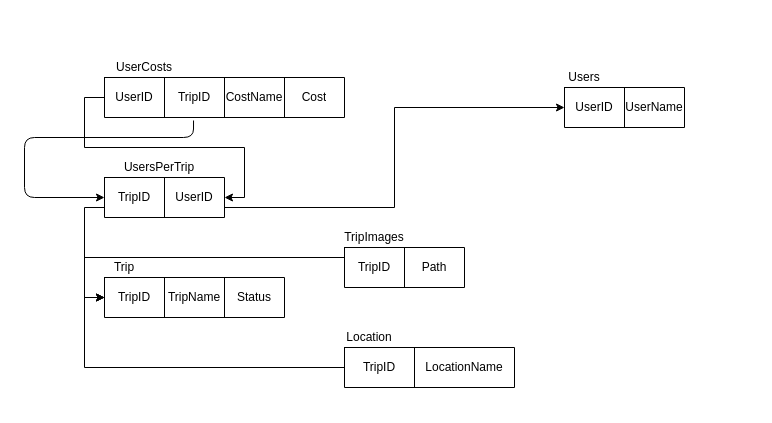
The draw.io diagram Project_2_We_Split/Database_Diagram.drawio in anhkhoatranle30/Windows-Programming, before the edit. Source tidied: cells renumbered, new cells numbered last; positions are measured from the earlier drawing's top-left corner, leaving out a move shared by most shapes. Both pictures are drawn from the tidied source at 100%, with x=0, y=0 at pixel (24, 57).
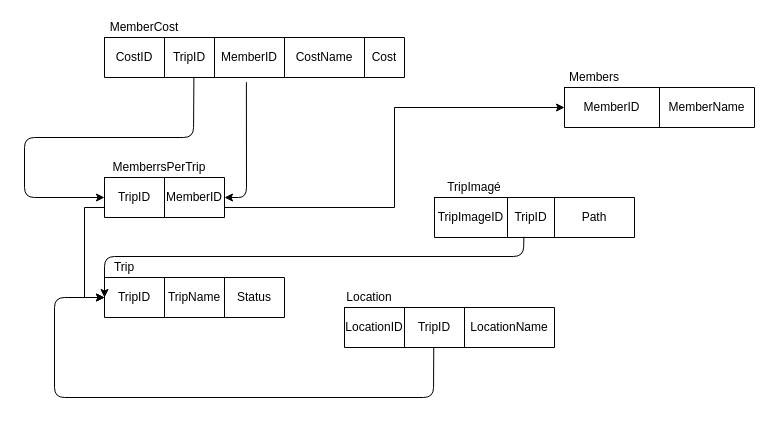
The same page after the edit.

The change refers to these unchanged cells:
```xml
<mxCell id="16" style="group;" parent="1" vertex="1">
  <mxGeometry x="80" y="100" width="120" height="60" as="geometry" />
</mxCell>
<mxCell id="18" style="shape=partialRectangle;html=1;whiteSpace=wrap;fillColor=none;top=0;left=0;bottom=0;right=0;points=[[0,0.5],[1,0.5]];portConstraint=eastwest;" parent="17" vertex="1">
  <mxGeometry width="120" height="40" as="geometry" />
</mxCell>
<mxCell id="24" style="shape=partialRectangle;html=1;whiteSpace=wrap;fillColor=none;top=0;left=0;bottom=0;right=0;points=[[0,0.5],[1,0.5]];portConstraint=eastwest;" parent="23" vertex="1">
  <mxGeometry width="180" height="40" as="geometry" />
</mxCell>
```

Diff of the diagram source:
```diff
@@
     <mxCell id="2" style="group;fontStyle=0;" parent="1" vertex="1">
-      <mxGeometry x="540" y="10" width="120" height="60" as="geometry" />
+      <mxGeometry x="540" y="10" width="190" height="60" as="geometry" />
     </mxCell>
     <mxCell id="3" style="shape=table;html=1;whiteSpace=wrap;startSize=0;childLayout=tableLayout;" parent="2" vertex="1">
-      <mxGeometry y="20" width="120" height="40" as="geometry" />
+      <mxGeometry y="20" width="190" height="40" as="geometry" />
     </mxCell>
     <mxCell id="4" style="shape=partialRectangle;html=1;whiteSpace=wrap;fillColor=none;top=0;left=0;bottom=0;right=0;points=[[0,0.5],[1,0.5]];portConstraint=eastwest;" parent="3" vertex="1">
-      <mxGeometry width="120" height="40" as="geometry" />
+      <mxGeometry width="190" height="40" as="geometry" />
     </mxCell>
-    <mxCell id="5" value="UserID" style="shape=partialRectangle;html=1;whiteSpace=wrap;overflow=hidden;fillColor=none;top=0;left=0;bottom=0;right=0;" parent="4" vertex="1">
-      <mxGeometry width="60" height="40" as="geometry" />
+    <mxCell id="5" value="MemberID" style="shape=partialRectangle;html=1;whiteSpace=wrap;overflow=hidden;fillColor=none;top=0;left=0;bottom=0;right=0;" parent="4" vertex="1">
+      <mxGeometry width="95" height="40" as="geometry" />
     </mxCell>
-    <mxCell id="6" value="UserName" style="shape=partialRectangle;html=1;whiteSpace=wrap;overflow=hidden;fillColor=none;top=0;left=0;bottom=0;right=0;" parent="4" vertex="1">
-      <mxGeometry x="60" width="60" height="40" as="geometry" />
+    <mxCell id="6" value="MemberName" style="shape=partialRectangle;html=1;whiteSpace=wrap;overflow=hidden;fillColor=none;top=0;left=0;bottom=0;right=0;" parent="4" vertex="1">
+      <mxGeometry x="95" width="95" height="40" as="geometry" />
     </mxCell>
-    <mxCell id="7" value="Users" style="text;html=1;strokeColor=none;fillColor=none;align=center;verticalAlign=middle;whiteSpace=wrap;rounded=0;" parent="2" vertex="1">
-      <mxGeometry width="40" height="20" as="geometry" />
+    <mxCell id="7" value="Members" style="text;html=1;strokeColor=none;fillColor=none;align=center;verticalAlign=middle;whiteSpace=wrap;rounded=0;" parent="2" vertex="1">
+      <mxGeometry width="60" height="20" as="geometry" />
     </mxCell>
     <mxCell id="8" style="group;" parent="1" vertex="1">
-      <mxGeometry x="80" width="240" height="60" as="geometry" />
+      <mxGeometry x="80" y="-40" width="300" height="60" as="geometry" />
     </mxCell>
-    <mxCell id="9" style="shape=table;html=1;whiteSpace=wrap;startSize=0;childLayout=tableLayout;" parent="8" vertex="1">
-      <mxGeometry y="20" width="240" height="40" as="geometry" />
-    </mxCell>
-    <mxCell id="10" style="shape=partialRectangle;html=1;whiteSpace=wrap;fillColor=none;top=0;left=0;bottom=0;right=0;points=[[0,0.5],[1,0.5]];portConstraint=eastwest;" parent="9" vertex="1">
-      <mxGeometry width="240" height="40" as="geometry" />
-    </mxCell>
-    <mxCell id="11" value="UserID" style="shape=partialRectangle;html=1;whiteSpace=wrap;overflow=hidden;fillColor=none;top=0;left=0;bottom=0;right=0;" parent="10" vertex="1">
-      <mxGeometry width="60" height="40" as="geometry" />
-    </mxCell>
-    <mxCell id="12" value="TripID" style="shape=partialRectangle;html=1;whiteSpace=wrap;overflow=hidden;fillColor=none;top=0;left=0;bottom=0;right=0;" parent="10" vertex="1">
-      <mxGeometry x="60" width="60" height="40" as="geometry" />
-    </mxCell>
+    <mxCell id="15" value="MemberCost" style="text;html=1;strokeColor=none;fillColor=none;align=center;verticalAlign=middle;whiteSpace=wrap;rounded=0;" parent="8" vertex="1">
+      <mxGeometry width="80" height="20" as="geometry" />
+    </mxCell>
+    <mxCell id="47" style="shape=table;html=1;whiteSpace=wrap;startSize=0;childLayout=tableLayout;" parent="8" vertex="1">
+      <mxGeometry y="20" width="300" height="40" as="geometry" />
+    </mxCell>
+    <mxCell id="48" style="shape=partialRectangle;html=1;whiteSpace=wrap;fillColor=none;top=0;left=0;bottom=0;right=0;points=[[0,0.5],[1,0.5]];portConstraint=eastwest;" parent="47" vertex="1">
+      <mxGeometry width="300" height="40" as="geometry" />
+    </mxCell>
+    <mxCell id="49" value="CostID" style="shape=partialRectangle;html=1;whiteSpace=wrap;overflow=hidden;fillColor=none;top=0;left=0;bottom=0;right=0;" parent="48" vertex="1">
+      <mxGeometry width="60" height="40" as="geometry" />
+    </mxCell>
+    <mxCell id="50" value="TripID" style="shape=partialRectangle;html=1;whiteSpace=wrap;overflow=hidden;fillColor=none;top=0;left=0;bottom=0;right=0;" parent="48" vertex="1">
+      <mxGeometry x="60" width="50" height="40" as="geometry" />
+    </mxCell>
+    <mxCell id="51" value="MemberID" style="shape=partialRectangle;html=1;whiteSpace=wrap;overflow=hidden;fillColor=none;top=0;left=0;bottom=0;right=0;" parent="48" vertex="1">
+      <mxGeometry x="110" width="70" height="40" as="geometry" />
+    </mxCell>
-    <mxCell id="13" value="CostName" style="shape=partialRectangle;html=1;whiteSpace=wrap;overflow=hidden;fillColor=none;top=0;left=0;bottom=0;right=0;" parent="10" vertex="1">
-      <mxGeometry x="120" width="60" height="40" as="geometry" />
+    <mxCell id="13" value="&lt;span&gt;CostName&lt;/span&gt;" style="shape=partialRectangle;html=1;whiteSpace=wrap;overflow=hidden;fillColor=none;top=0;left=0;bottom=0;right=0;" parent="48" vertex="1">
+      <mxGeometry x="180" width="80" height="40" as="geometry" />
     </mxCell>
-    <mxCell id="14" value="Cost" style="shape=partialRectangle;html=1;whiteSpace=wrap;overflow=hidden;fillColor=none;top=0;left=0;bottom=0;right=0;" parent="10" vertex="1">
-      <mxGeometry x="180" width="60" height="40" as="geometry" />
+    <mxCell id="14" value="&lt;span&gt;Cost&lt;/span&gt;" style="shape=partialRectangle;html=1;whiteSpace=wrap;overflow=hidden;fillColor=none;top=0;left=0;bottom=0;right=0;" parent="48" vertex="1">
+      <mxGeometry x="260" width="40" height="40" as="geometry" />
     </mxCell>
-    <mxCell id="15" value="UserCosts" style="text;html=1;strokeColor=none;fillColor=none;align=center;verticalAlign=middle;whiteSpace=wrap;rounded=0;" parent="8" vertex="1">
-      <mxGeometry width="80" height="20" as="geometry" />
-    </mxCell>
@@
-    <mxCell id="20" value="UserID" style="shape=partialRectangle;html=1;whiteSpace=wrap;overflow=hidden;fillColor=none;top=0;left=0;bottom=0;right=0;" parent="18" vertex="1">
+    <mxCell id="20" value="MemberID" style="shape=partialRectangle;html=1;whiteSpace=wrap;overflow=hidden;fillColor=none;top=0;left=0;bottom=0;right=0;" parent="18" vertex="1">
       <mxGeometry x="60" width="60" height="40" as="geometry" />
     </mxCell>
-    <mxCell id="21" value="UsersPerTrip" style="text;html=1;strokeColor=none;fillColor=none;align=center;verticalAlign=middle;whiteSpace=wrap;rounded=0;" parent="16" vertex="1">
+    <mxCell id="21" value="MemberrsPerTrip" style="text;html=1;strokeColor=none;fillColor=none;align=center;verticalAlign=middle;whiteSpace=wrap;rounded=0;" parent="16" vertex="1">
       <mxGeometry width="110" height="20" as="geometry" />
     </mxCell>
@@
-    <mxCell id="29" style="group;" parent="1" vertex="1">
-      <mxGeometry x="320" y="170" width="120" height="60" as="geometry" />
-    </mxCell>
-    <mxCell id="30" style="shape=table;html=1;whiteSpace=wrap;startSize=0;childLayout=tableLayout;" parent="29" vertex="1">
-      <mxGeometry y="20" width="120" height="40" as="geometry" />
-    </mxCell>
-    <mxCell id="31" style="shape=partialRectangle;html=1;whiteSpace=wrap;fillColor=none;top=0;left=0;bottom=0;right=0;points=[[0,0.5],[1,0.5]];portConstraint=eastwest;" parent="30" vertex="1">
-      <mxGeometry width="120" height="40" as="geometry" />
-    </mxCell>
-    <mxCell id="32" value="TripID" style="shape=partialRectangle;html=1;whiteSpace=wrap;overflow=hidden;fillColor=none;top=0;left=0;bottom=0;right=0;" parent="31" vertex="1">
-      <mxGeometry width="60" height="40" as="geometry" />
-    </mxCell>
-    <mxCell id="33" value="Path" style="shape=partialRectangle;html=1;whiteSpace=wrap;overflow=hidden;fillColor=none;top=0;left=0;bottom=0;right=0;" parent="31" vertex="1">
-      <mxGeometry x="60" width="60" height="40" as="geometry" />
-    </mxCell>
-    <mxCell id="34" value="TripImages" style="text;html=1;strokeColor=none;fillColor=none;align=center;verticalAlign=middle;whiteSpace=wrap;rounded=0;" parent="29" vertex="1">
-      <mxGeometry width="60" height="20" as="geometry" />
-    </mxCell>
-    <mxCell id="35" style="group;" parent="1" vertex="1">
-      <mxGeometry x="320" y="270" width="170" height="60" as="geometry" />
-    </mxCell>
-    <mxCell id="36" style="shape=table;html=1;whiteSpace=wrap;startSize=0;childLayout=tableLayout;" parent="35" vertex="1">
-      <mxGeometry y="20" width="170" height="40" as="geometry" />
-    </mxCell>
-    <mxCell id="37" style="shape=partialRectangle;html=1;whiteSpace=wrap;fillColor=none;top=0;left=0;bottom=0;right=0;points=[[0,0.5],[1,0.5]];portConstraint=eastwest;" parent="36" vertex="1">
-      <mxGeometry width="170" height="40" as="geometry" />
-    </mxCell>
-    <mxCell id="38" value="TripID" style="shape=partialRectangle;html=1;whiteSpace=wrap;overflow=hidden;fillColor=none;top=0;left=0;bottom=0;right=0;" parent="37" vertex="1">
-      <mxGeometry width="70" height="40" as="geometry" />
-    </mxCell>
-    <mxCell id="39" value="LocationName" style="shape=partialRectangle;html=1;whiteSpace=wrap;overflow=hidden;fillColor=none;top=0;left=0;bottom=0;right=0;" parent="37" vertex="1">
-      <mxGeometry x="70" width="100" height="40" as="geometry" />
-    </mxCell>
-    <mxCell id="40" value="Location" style="text;html=1;strokeColor=none;fillColor=none;align=center;verticalAlign=middle;whiteSpace=wrap;rounded=0;" parent="35" vertex="1">
-      <mxGeometry width="50" height="20" as="geometry" />
-    </mxCell>
-    <mxCell id="41" style="edgeStyle=orthogonalEdgeStyle;rounded=0;jettySize=auto;html=1;exitX=0;exitY=0.5;exitDx=0;exitDy=0;entryX=1;entryY=0.5;entryDx=0;entryDy=0;" parent="1" edge="1" source="10" target="18">
-      <mxGeometry relative="1" as="geometry" />
-    </mxCell>
-    <mxCell id="42" style="endArrow=classic;html=1;exitX=0.371;exitY=1.075;exitDx=0;exitDy=0;exitPerimeter=0;entryX=0;entryY=0.5;entryDx=0;entryDy=0;" parent="1" edge="1" source="10" target="18">
+    <mxCell id="42" style="endArrow=classic;html=1;entryX=0;entryY=0.5;entryDx=0;entryDy=0;exitX=0.298;exitY=0.983;exitDx=0;exitDy=0;exitPerimeter=0;" parent="1" edge="1" source="48" target="18">
       <mxGeometry relative="1" as="geometry">
         <Array as="points">
           <mxPoint x="169" y="80" />
           <mxPoint y="80" />
           <mxPoint y="140" />
         </Array>
       </mxGeometry>
     </mxCell>
@@
-    <mxCell id="44" style="edgeStyle=orthogonalEdgeStyle;rounded=0;jettySize=auto;html=1;exitX=0;exitY=0.5;exitDx=0;exitDy=0;entryX=0;entryY=0.5;entryDx=0;entryDy=0;" parent="1" edge="1" source="31" target="24">
-      <mxGeometry relative="1" as="geometry">
-        <Array as="points">
-          <mxPoint x="320" y="200" />
-          <mxPoint x="60" y="200" />
-          <mxPoint x="60" y="240" />
-        </Array>
-      </mxGeometry>
-    </mxCell>
-    <mxCell id="45" style="edgeStyle=orthogonalEdgeStyle;rounded=0;jettySize=auto;html=1;exitX=0;exitY=0.5;exitDx=0;exitDy=0;entryX=0;entryY=0.5;entryDx=0;entryDy=0;" parent="1" edge="1" source="37" target="24">
-      <mxGeometry relative="1" as="geometry">
-        <Array as="points">
-          <mxPoint x="60" y="310" />
-          <mxPoint x="60" y="240" />
-        </Array>
-      </mxGeometry>
-    </mxCell>
@@
+    <mxCell id="52" style="endArrow=classic;html=1;exitX=0.473;exitY=1.117;exitDx=0;exitDy=0;exitPerimeter=0;entryX=1;entryY=0.5;entryDx=0;entryDy=0;" parent="1" edge="1" source="48" target="18">
+      <mxGeometry relative="1" as="geometry">
+        <Array as="points">
+          <mxPoint x="222" y="140" />
+        </Array>
+      </mxGeometry>
+    </mxCell>
+    <mxCell id="53" style="group;" parent="1" vertex="1">
+      <mxGeometry x="410" y="120" width="200" height="60" as="geometry" />
+    </mxCell>
+    <mxCell id="54" style="shape=table;html=1;whiteSpace=wrap;startSize=0;childLayout=tableLayout;" parent="53" vertex="1">
+      <mxGeometry y="20" width="200" height="40" as="geometry" />
+    </mxCell>
+    <mxCell id="55" style="shape=partialRectangle;html=1;whiteSpace=wrap;fillColor=none;top=0;left=0;bottom=0;right=0;points=[[0,0.5],[1,0.5]];portConstraint=eastwest;" parent="54" vertex="1">
+      <mxGeometry width="200" height="40" as="geometry" />
+    </mxCell>
+    <mxCell id="56" value="TripImageID" style="shape=partialRectangle;html=1;whiteSpace=wrap;overflow=hidden;fillColor=none;top=0;left=0;bottom=0;right=0;" parent="55" vertex="1">
+      <mxGeometry width="73" height="40" as="geometry" />
+    </mxCell>
+    <mxCell id="57" value="&lt;span&gt;TripID&lt;/span&gt;" style="shape=partialRectangle;html=1;whiteSpace=wrap;overflow=hidden;fillColor=none;top=0;left=0;bottom=0;right=0;" parent="55" vertex="1">
+      <mxGeometry x="73" width="47" height="40" as="geometry" />
+    </mxCell>
+    <mxCell id="33" value="&lt;span&gt;Path&lt;/span&gt;" style="shape=partialRectangle;html=1;whiteSpace=wrap;overflow=hidden;fillColor=none;top=0;left=0;bottom=0;right=0;" parent="55" vertex="1">
+      <mxGeometry x="120" width="80" height="40" as="geometry" />
+    </mxCell>
+    <mxCell id="58" value="TripImagé" style="text;html=1;strokeColor=none;fillColor=none;align=center;verticalAlign=middle;whiteSpace=wrap;rounded=0;" parent="53" vertex="1">
+      <mxGeometry width="80" height="20" as="geometry" />
+    </mxCell>
+    <mxCell id="59" style="endArrow=classic;html=1;exitX=0.447;exitY=0.983;exitDx=0;exitDy=0;exitPerimeter=0;entryX=0;entryY=0.5;entryDx=0;entryDy=0;" parent="1" edge="1" source="55" target="24">
+      <mxGeometry relative="1" as="geometry">
+        <Array as="points">
+          <mxPoint x="499" y="199" />
+          <mxPoint x="80" y="199" />
+        </Array>
+      </mxGeometry>
+    </mxCell>
+    <mxCell id="60" style="group;" parent="1" vertex="1">
+      <mxGeometry x="320" y="230" width="210" height="60" as="geometry" />
+    </mxCell>
+    <mxCell id="35" style="group;" parent="60" vertex="1">
+      <mxGeometry width="170" height="60" as="geometry" />
+    </mxCell>
+    <mxCell id="40" value="Location" style="text;html=1;strokeColor=none;fillColor=none;align=center;verticalAlign=middle;whiteSpace=wrap;rounded=0;" parent="35" vertex="1">
+      <mxGeometry width="50" height="20" as="geometry" />
+    </mxCell>
+    <mxCell id="61" style="shape=table;html=1;whiteSpace=wrap;startSize=0;childLayout=tableLayout;" parent="60" vertex="1">
+      <mxGeometry y="20" width="210" height="40" as="geometry" />
+    </mxCell>
+    <mxCell id="62" style="shape=partialRectangle;html=1;whiteSpace=wrap;fillColor=none;top=0;left=0;bottom=0;right=0;points=[[0,0.5],[1,0.5]];portConstraint=eastwest;" parent="61" vertex="1">
+      <mxGeometry width="210" height="40" as="geometry" />
+    </mxCell>
+    <mxCell id="63" value="LocationID" style="shape=partialRectangle;html=1;whiteSpace=wrap;overflow=hidden;fillColor=none;top=0;left=0;bottom=0;right=0;" parent="62" vertex="1">
+      <mxGeometry width="60" height="40" as="geometry" />
+    </mxCell>
+    <mxCell id="64" value="&lt;span&gt;TripID&lt;/span&gt;" style="shape=partialRectangle;html=1;whiteSpace=wrap;overflow=hidden;fillColor=none;top=0;left=0;bottom=0;right=0;" parent="62" vertex="1">
+      <mxGeometry x="60" width="60" height="40" as="geometry" />
+    </mxCell>
+    <mxCell id="39" value="&lt;span&gt;LocationName&lt;/span&gt;" style="shape=partialRectangle;html=1;whiteSpace=wrap;overflow=hidden;fillColor=none;top=0;left=0;bottom=0;right=0;" parent="62" vertex="1">
+      <mxGeometry x="120" width="90" height="40" as="geometry" />
+    </mxCell>
+    <mxCell id="65" style="endArrow=classic;html=1;exitX=0.425;exitY=1;exitDx=0;exitDy=0;exitPerimeter=0;entryX=0;entryY=0.5;entryDx=0;entryDy=0;" parent="1" edge="1" source="62" target="24">
+      <mxGeometry relative="1" as="geometry">
+        <Array as="points">
+          <mxPoint x="409" y="340" />
+          <mxPoint x="30" y="340" />
+          <mxPoint x="30" y="240" />
+        </Array>
+      </mxGeometry>
+    </mxCell>
```
